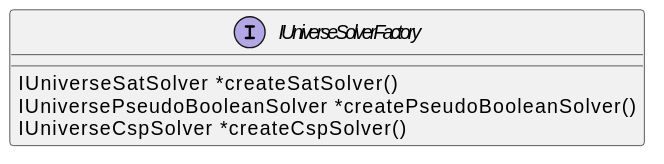
Before: doc/diagrams/factory.svg, a diagram exported from PlantUML (crillab/universe). The source it was exported from:
```plantuml
@startuml
interface IUniverseSolverFactory
IUniverseSolverFactory : IUniverseSatSolver *createSatSolver()
IUniverseSolverFactory : IUniversePseudoBooleanSolver *createPseudoBooleanSolver()
IUniverseSolverFactory :  IUniverseCspSolver *createCspSolver()
@enduml
```
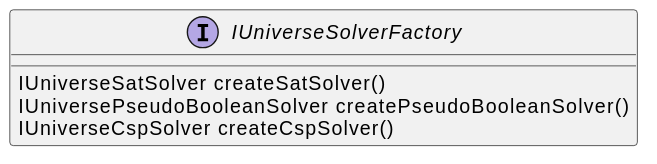
After the change.

What changed in the source:
```diff
@@ -1,6 +1,6 @@
 @startuml
 interface IUniverseSolverFactory
-IUniverseSolverFactory : IUniverseSatSolver *createSatSolver()
-IUniverseSolverFactory : IUniversePseudoBooleanSolver *createPseudoBooleanSolver()
-IUniverseSolverFactory :  IUniverseCspSolver *createCspSolver()
+IUniverseSolverFactory : IUniverseSatSolver createSatSolver()
+IUniverseSolverFactory : IUniversePseudoBooleanSolver createPseudoBooleanSolver()
+IUniverseSolverFactory :  IUniverseCspSolver createCspSolver()
 @enduml
```
